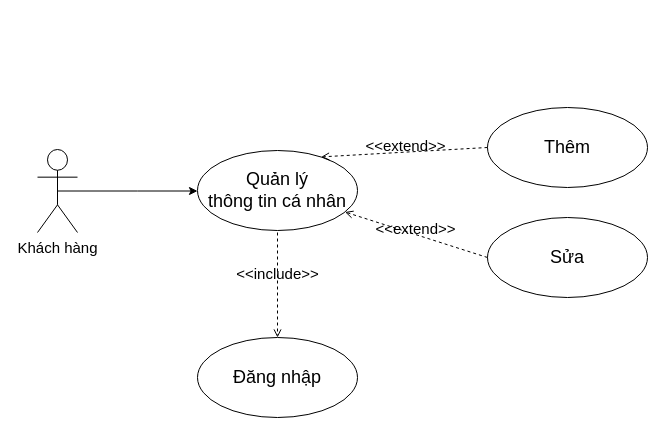
Before: page "KH-QLThongTinCaNhan" (5 of 11) of UC_TongQuat.drawio in leanhtuan9497/DoAnTotNghiep, a draw.io diagram. Source tidied: cells renumbered, new cells numbered last; positions are measured from the earlier drawing's top-left corner, leaving out a move shared by most shapes. Both pictures are drawn from the tidied source at 100%, with x=0, y=0 at pixel (37, 107).
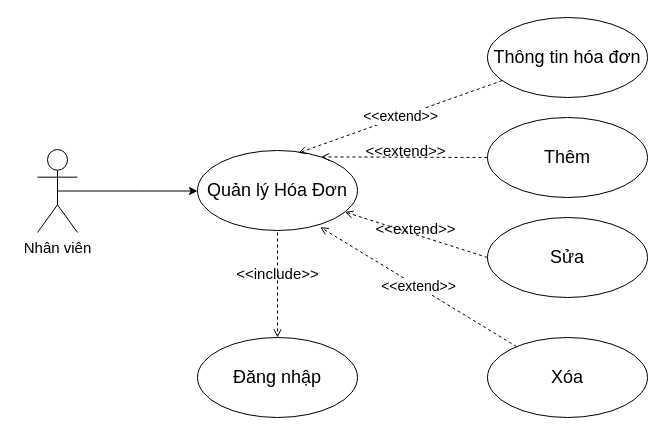
The same diagram, later.

Change to the diagram source:
```diff
@@
 <mxGraphModel>
   <root>
     <mxCell id="0" />
     <mxCell id="1" parent="0" />
     <mxCell id="2" value="Đăng nhập" style="ellipse;whiteSpace=wrap;html=1;fontFamily=Helvetica;fontSize=18;" parent="1" vertex="1">
       <mxGeometry x="160" y="230" width="160" height="80" as="geometry" />
     </mxCell>
     <mxCell id="3" style="edgeStyle=orthogonalEdgeStyle;rounded=0;jettySize=auto;html=1;exitX=0.5;exitY=0.5;exitDx=0;exitDy=0;exitPerimeter=0;fontFamily=Helvetica;fontSize=18;" parent="1" edge="1" source="4">
       <mxGeometry relative="1" as="geometry">
         <mxPoint x="160" y="83.5" as="targetPoint" />
       </mxGeometry>
     </mxCell>
-    <mxCell id="4" value="Khách hàng" style="shape=umlActor;verticalLabelPosition=bottom;verticalAlign=top;html=1;outlineConnect=0;fontFamily=Helvetica;fontSize=15;" parent="1" vertex="1">
+    <mxCell id="4" value="Nhân viên" style="shape=umlActor;verticalLabelPosition=bottom;verticalAlign=top;html=1;outlineConnect=0;fontFamily=Helvetica;fontSize=15;" parent="1" vertex="1">
       <mxGeometry y="42" width="40" height="83" as="geometry" />
     </mxCell>
     <mxCell id="5" value="&amp;lt;&amp;lt;include&amp;gt;&amp;gt;" style="html=1;verticalAlign=bottom;labelBackgroundColor=none;endArrow=open;endFill=0;dashed=1;rounded=0;fontFamily=Helvetica;fontSize=15;entryX=0.5;entryY=0;entryDx=0;entryDy=0;exitX=0.5;exitY=1;exitDx=0;exitDy=0;" parent="1" edge="1" target="2">
       <mxGeometry relative="1" as="geometry">
         <mxPoint x="240" y="125" as="sourcePoint" />
       </mxGeometry>
     </mxCell>
-    <mxCell id="6" value="Quản lý&lt;br&gt;thông tin cá nhân" style="ellipse;whiteSpace=wrap;html=1;fontFamily=Helvetica;fontSize=18;" parent="1" vertex="1">
+    <mxCell id="6" value="Quản lý Hóa Đơn" style="ellipse;whiteSpace=wrap;html=1;fontFamily=Helvetica;fontSize=18;" parent="1" vertex="1">
       <mxGeometry x="160" y="43" width="160" height="80" as="geometry" />
     </mxCell>
     <mxCell id="7" value="Thêm" style="ellipse;whiteSpace=wrap;html=1;fontFamily=Helvetica;fontSize=18;" parent="1" vertex="1">
-      <mxGeometry x="450" width="160" height="80" as="geometry" />
+      <mxGeometry x="450" y="10" width="160" height="80" as="geometry" />
     </mxCell>
     <mxCell id="8" value="Sửa" style="ellipse;whiteSpace=wrap;html=1;fontFamily=Helvetica;fontSize=18;" parent="1" vertex="1">
       <mxGeometry x="450" y="110" width="160" height="80" as="geometry" />
     </mxCell>
     <mxCell id="9" value="&amp;lt;&amp;lt;extend&amp;gt;&amp;gt;" style="html=1;verticalAlign=bottom;labelBackgroundColor=none;endArrow=open;endFill=0;dashed=1;rounded=0;fontFamily=Helvetica;fontSize=15;exitX=0;exitY=0.5;exitDx=0;exitDy=0;" parent="1" edge="1" source="8" target="6">
       <mxGeometry x="-0.03" y="5" relative="1" as="geometry">
         <mxPoint x="-1" as="offset" />
       </mxGeometry>
     </mxCell>
     <mxCell id="10" value="&amp;lt;&amp;lt;extend&amp;gt;&amp;gt;" style="html=1;verticalAlign=bottom;labelBackgroundColor=none;endArrow=open;endFill=0;dashed=1;rounded=0;fontFamily=Helvetica;fontSize=15;exitX=0;exitY=0.5;exitDx=0;exitDy=0;entryX=0.773;entryY=0.08;entryDx=0;entryDy=0;entryPerimeter=0;" parent="1" edge="1" source="7" target="6">
       <mxGeometry x="-0.03" y="5" relative="1" as="geometry">
         <mxPoint x="-1" as="offset" />
       </mxGeometry>
     </mxCell>
+    <mxCell id="11" value="&amp;lt;&amp;lt;extend&amp;gt;&amp;gt;" style="edgeStyle=none;rounded=0;jettySize=auto;html=1;entryX=0.767;entryY=0.959;entryDx=0;entryDy=0;entryPerimeter=0;dashed=1;fontSize=14;endArrow=open;endFill=0;" parent="1" edge="1" source="12" target="6">
+      <mxGeometry relative="1" as="geometry" />
+    </mxCell>
+    <mxCell id="12" value="Xóa" style="ellipse;whiteSpace=wrap;html=1;fontFamily=Helvetica;fontSize=18;" parent="1" vertex="1">
+      <mxGeometry x="450" y="230" width="160" height="80" as="geometry" />
+    </mxCell>
+    <mxCell id="13" value="&amp;lt;&amp;lt;extend&amp;gt;&amp;gt;" style="edgeStyle=none;rounded=0;jettySize=auto;html=1;entryX=0.631;entryY=0.03;entryDx=0;entryDy=0;entryPerimeter=0;dashed=1;fontSize=14;endArrow=open;endFill=0;" parent="1" edge="1" source="14" target="6">
+      <mxGeometry relative="1" as="geometry" />
+    </mxCell>
+    <mxCell id="14" value="Thông tin hóa đơn" style="ellipse;whiteSpace=wrap;html=1;fontFamily=Helvetica;fontSize=18;" parent="1" vertex="1">
+      <mxGeometry x="450" y="-90" width="160" height="80" as="geometry" />
+    </mxCell>
   </root>
 </mxGraphModel>
```
